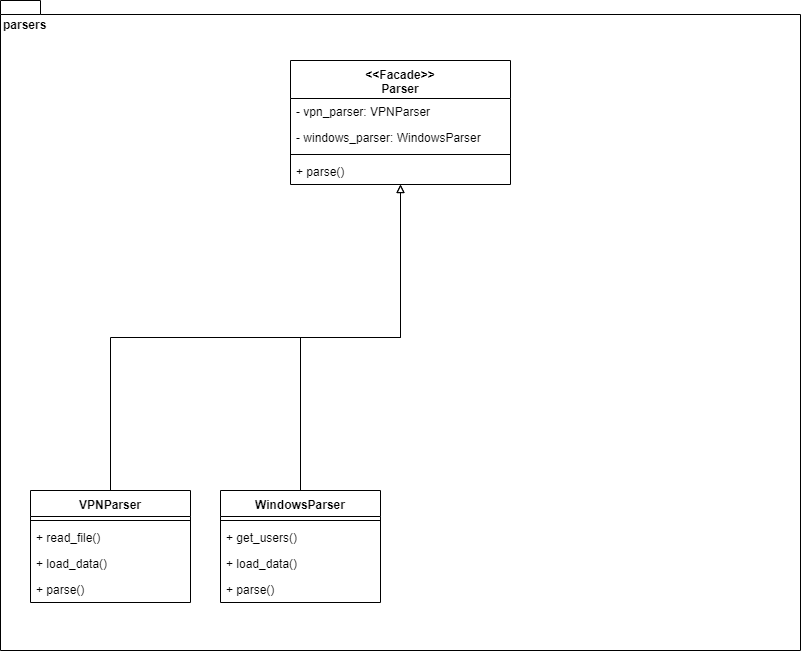
Before: documentation/models/parsers_model.png, a diagram exported from draw.io (apm1005/TFG). Source tidied: cells renumbered, new cells last; positions are measured from the earlier drawing's top-left corner, leaving out a move shared by most shapes. The source it was exported from:
```xml
<mxGraphModel>
  <root>
    <mxCell id="0" />
    <mxCell id="1" parent="0" />
    <mxCell id="2" value="parsers" style="shape=folder;fontStyle=1;spacingTop=10;tabWidth=40;tabHeight=14;tabPosition=left;html=1;align=left;verticalAlign=top;" parent="1" vertex="1">
      <mxGeometry width="800" height="650" as="geometry" />
    </mxCell>
    <mxCell id="3" value="&lt;&lt;Facade&gt;&gt;&#10;Parser" style="swimlane;fontStyle=1;align=center;verticalAlign=top;horizontal=1;startSize=38;" parent="1" vertex="1">
      <mxGeometry x="290" y="60" width="220" height="124" as="geometry" />
    </mxCell>
    <mxCell id="4" value="- vpn_parser: VPNParser" style="text;strokeColor=none;fillColor=none;align=left;verticalAlign=top;spacingLeft=4;spacingRight=4;overflow=hidden;" parent="3" vertex="1">
      <mxGeometry y="38" width="220" height="26" as="geometry" />
    </mxCell>
    <mxCell id="5" value="- windows_parser: WindowsParser" style="text;strokeColor=none;fillColor=none;align=left;verticalAlign=top;spacingLeft=4;spacingRight=4;overflow=hidden;" parent="3" vertex="1">
      <mxGeometry y="64" width="220" height="26" as="geometry" />
    </mxCell>
    <mxCell id="6" style="line;strokeWidth=1;fillColor=none;align=left;verticalAlign=middle;spacingTop=-1;spacingLeft=3;spacingRight=3;labelPosition=right;" parent="3" vertex="1">
      <mxGeometry y="90" width="220" height="8" as="geometry" />
    </mxCell>
    <mxCell id="7" value="+ parse()" style="text;strokeColor=none;fillColor=none;align=left;verticalAlign=top;spacingLeft=4;spacingRight=4;overflow=hidden;" parent="3" vertex="1">
      <mxGeometry y="98" width="220" height="26" as="geometry" />
    </mxCell>
    <mxCell id="8" style="edgeStyle=orthogonalEdgeStyle;rounded=0;jettySize=auto;html=1;exitX=0.5;exitY=0;exitDx=0;exitDy=0;endArrow=block;endFill=0;" parent="1" edge="1" source="9" target="3">
      <mxGeometry relative="1" as="geometry" />
    </mxCell>
    <mxCell id="9" value="VPNParser" style="swimlane;fontStyle=1;align=center;verticalAlign=top;horizontal=1;startSize=26;" parent="1" vertex="1">
      <mxGeometry x="30" y="490" width="160" height="112" as="geometry" />
    </mxCell>
    <mxCell id="10" style="line;strokeWidth=1;fillColor=none;align=left;verticalAlign=middle;spacingTop=-1;spacingLeft=3;spacingRight=3;labelPosition=right;" parent="9" vertex="1">
      <mxGeometry y="26" width="160" height="8" as="geometry" />
    </mxCell>
    <mxCell id="11" value="+ read_file()" style="text;strokeColor=none;fillColor=none;align=left;verticalAlign=top;spacingLeft=4;spacingRight=4;overflow=hidden;" parent="9" vertex="1">
      <mxGeometry y="34" width="160" height="26" as="geometry" />
    </mxCell>
    <mxCell id="12" value="+ load_data()" style="text;strokeColor=none;fillColor=none;align=left;verticalAlign=top;spacingLeft=4;spacingRight=4;overflow=hidden;" parent="9" vertex="1">
      <mxGeometry y="60" width="160" height="26" as="geometry" />
    </mxCell>
    <mxCell id="13" value="+ parse()" style="text;strokeColor=none;fillColor=none;align=left;verticalAlign=top;spacingLeft=4;spacingRight=4;overflow=hidden;" parent="9" vertex="1">
      <mxGeometry y="86" width="160" height="26" as="geometry" />
    </mxCell>
    <mxCell id="14" style="edgeStyle=orthogonalEdgeStyle;rounded=0;jettySize=auto;html=1;exitX=0.5;exitY=0;exitDx=0;exitDy=0;endArrow=block;endFill=0;" parent="1" edge="1" source="15" target="3">
      <mxGeometry relative="1" as="geometry" />
    </mxCell>
    <mxCell id="15" value="WindowsParser" style="swimlane;fontStyle=1;align=center;verticalAlign=top;horizontal=1;startSize=26;" parent="1" vertex="1">
      <mxGeometry x="220" y="490" width="160" height="112" as="geometry" />
    </mxCell>
    <mxCell id="16" style="line;strokeWidth=1;fillColor=none;align=left;verticalAlign=middle;spacingTop=-1;spacingLeft=3;spacingRight=3;labelPosition=right;" parent="15" vertex="1">
      <mxGeometry y="26" width="160" height="8" as="geometry" />
    </mxCell>
    <mxCell id="17" value="+ get_users()" style="text;strokeColor=none;fillColor=none;align=left;verticalAlign=top;spacingLeft=4;spacingRight=4;overflow=hidden;" parent="15" vertex="1">
      <mxGeometry y="34" width="160" height="26" as="geometry" />
    </mxCell>
    <mxCell id="18" value="+ load_data()" style="text;strokeColor=none;fillColor=none;align=left;verticalAlign=top;spacingLeft=4;spacingRight=4;overflow=hidden;" parent="15" vertex="1">
      <mxGeometry y="60" width="160" height="26" as="geometry" />
    </mxCell>
    <mxCell id="19" value="+ parse()" style="text;strokeColor=none;fillColor=none;align=left;verticalAlign=top;spacingLeft=4;spacingRight=4;overflow=hidden;" parent="15" vertex="1">
      <mxGeometry y="86" width="160" height="26" as="geometry" />
    </mxCell>
  </root>
</mxGraphModel>
```
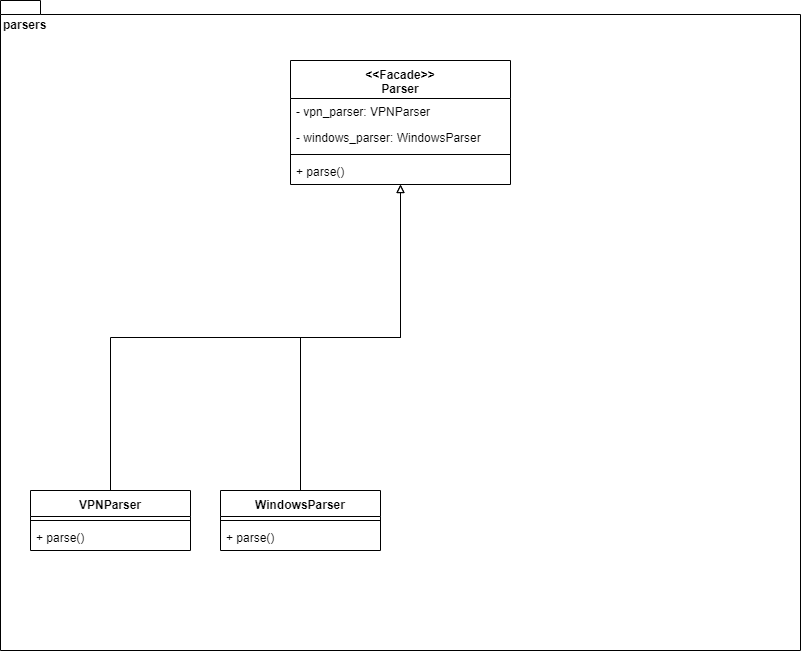
The same file after the commit.

Commit message:
Modified parsers package model #15

What changed in the source:
```diff
@@ -24,37 +24,25 @@
       <mxGeometry relative="1" as="geometry" />
     </mxCell>
     <mxCell id="9" value="VPNParser" style="swimlane;fontStyle=1;align=center;verticalAlign=top;horizontal=1;startSize=26;" parent="1" vertex="1">
-      <mxGeometry x="30" y="490" width="160" height="112" as="geometry" />
+      <mxGeometry x="30" y="490" width="160" height="60" as="geometry" />
     </mxCell>
     <mxCell id="10" style="line;strokeWidth=1;fillColor=none;align=left;verticalAlign=middle;spacingTop=-1;spacingLeft=3;spacingRight=3;labelPosition=right;" parent="9" vertex="1">
       <mxGeometry y="26" width="160" height="8" as="geometry" />
     </mxCell>
-    <mxCell id="11" value="+ read_file()" style="text;strokeColor=none;fillColor=none;align=left;verticalAlign=top;spacingLeft=4;spacingRight=4;overflow=hidden;" parent="9" vertex="1">
-      <mxGeometry y="34" width="160" height="26" as="geometry" />
-    </mxCell>
-    <mxCell id="12" value="+ load_data()" style="text;strokeColor=none;fillColor=none;align=left;verticalAlign=top;spacingLeft=4;spacingRight=4;overflow=hidden;" parent="9" vertex="1">
-      <mxGeometry y="60" width="160" height="26" as="geometry" />
-    </mxCell>
     <mxCell id="13" value="+ parse()" style="text;strokeColor=none;fillColor=none;align=left;verticalAlign=top;spacingLeft=4;spacingRight=4;overflow=hidden;" parent="9" vertex="1">
-      <mxGeometry y="86" width="160" height="26" as="geometry" />
+      <mxGeometry y="34" width="160" height="26" as="geometry" />
     </mxCell>
     <mxCell id="14" style="edgeStyle=orthogonalEdgeStyle;rounded=0;jettySize=auto;html=1;exitX=0.5;exitY=0;exitDx=0;exitDy=0;endArrow=block;endFill=0;" parent="1" edge="1" source="15" target="3">
       <mxGeometry relative="1" as="geometry" />
     </mxCell>
     <mxCell id="15" value="WindowsParser" style="swimlane;fontStyle=1;align=center;verticalAlign=top;horizontal=1;startSize=26;" parent="1" vertex="1">
-      <mxGeometry x="220" y="490" width="160" height="112" as="geometry" />
+      <mxGeometry x="220" y="490" width="160" height="60" as="geometry" />
     </mxCell>
     <mxCell id="16" style="line;strokeWidth=1;fillColor=none;align=left;verticalAlign=middle;spacingTop=-1;spacingLeft=3;spacingRight=3;labelPosition=right;" parent="15" vertex="1">
       <mxGeometry y="26" width="160" height="8" as="geometry" />
     </mxCell>
-    <mxCell id="17" value="+ get_users()" style="text;strokeColor=none;fillColor=none;align=left;verticalAlign=top;spacingLeft=4;spacingRight=4;overflow=hidden;" parent="15" vertex="1">
-      <mxGeometry y="34" width="160" height="26" as="geometry" />
-    </mxCell>
-    <mxCell id="18" value="+ load_data()" style="text;strokeColor=none;fillColor=none;align=left;verticalAlign=top;spacingLeft=4;spacingRight=4;overflow=hidden;" parent="15" vertex="1">
-      <mxGeometry y="60" width="160" height="26" as="geometry" />
-    </mxCell>
     <mxCell id="19" value="+ parse()" style="text;strokeColor=none;fillColor=none;align=left;verticalAlign=top;spacingLeft=4;spacingRight=4;overflow=hidden;" parent="15" vertex="1">
-      <mxGeometry y="86" width="160" height="26" as="geometry" />
+      <mxGeometry y="34" width="160" height="26" as="geometry" />
     </mxCell>
   </root>
 </mxGraphModel>
```
